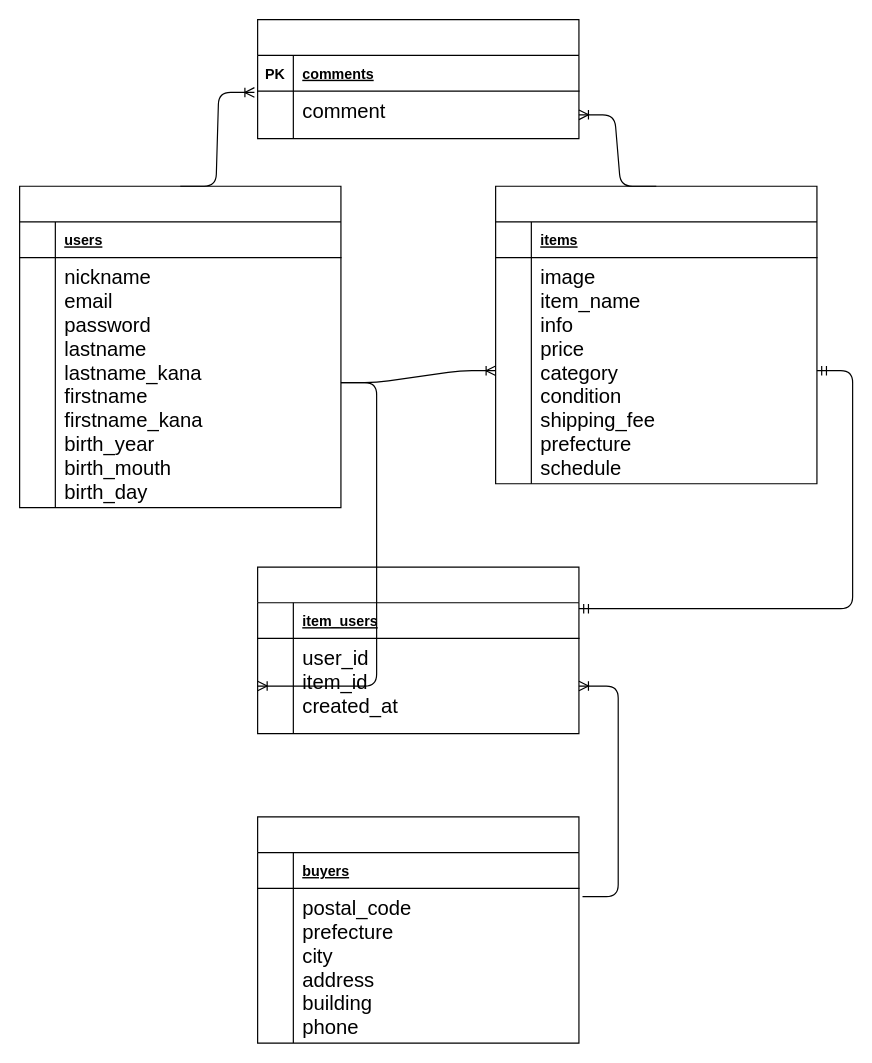
The draw.io diagram furima.dio in IguchiRyo622/furima-31093, before the edit. Source tidied: cells renumbered, new cells numbered last; positions are measured from the earlier drawing's top-left corner, leaving out a move shared by most shapes. Both pictures are drawn from the tidied source at 119%, with x=0, y=0 at pixel (19, 19).
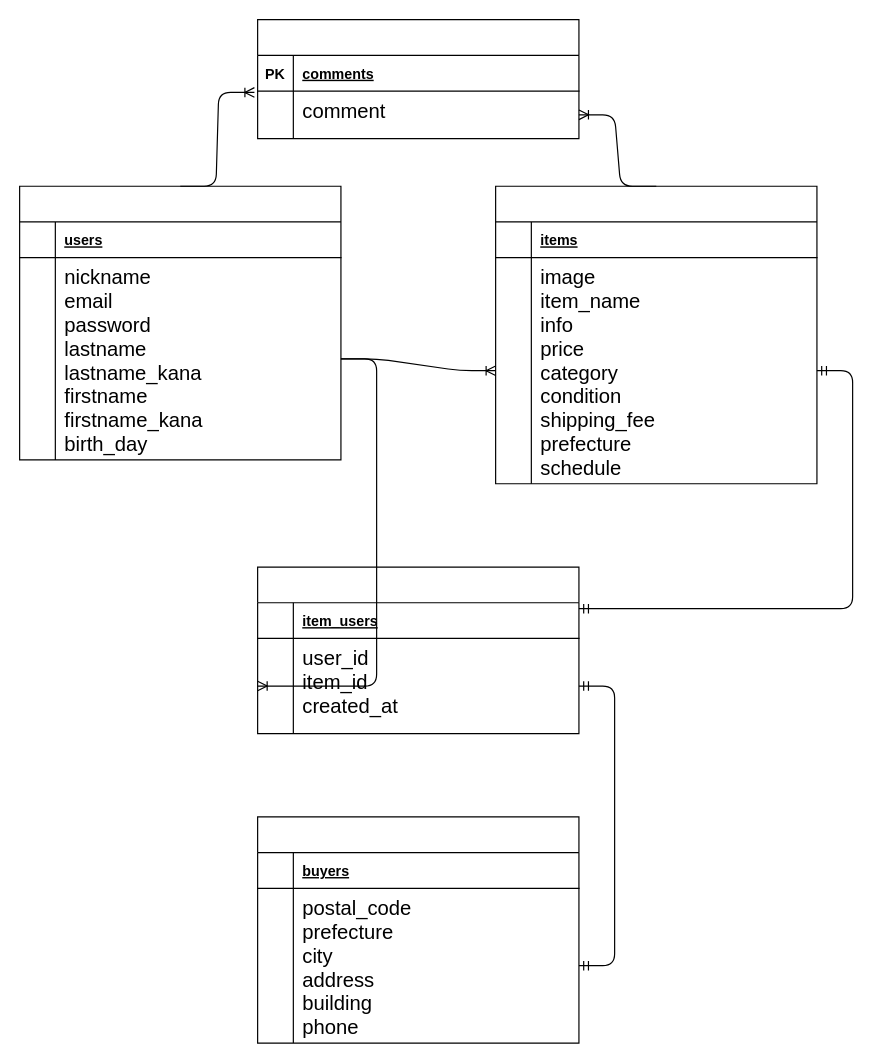
Above is the later version.

Commit message (it also covers changes not shown here):
READMEとER図の修正

Unchanged cells that the change refers to:
```xml
<mxCell id="27" style="shape=partialRectangle;fillColor=none;top=0;left=0;bottom=0;right=0;points=[[0,0.5],[1,0.5]];portConstraint=eastwest;" parent="23" vertex="1">
  <mxGeometry y="60" width="270" height="130" as="geometry" />
</mxCell>
<mxCell id="34" style="shape=partialRectangle;fillColor=none;top=0;left=0;bottom=0;right=0;points=[[0,0.5],[1,0.5]];portConstraint=eastwest;" parent="30" vertex="1">
  <mxGeometry y="60" width="270" height="80" as="geometry" />
</mxCell>
```

Change to the diagram source:
```diff
@@
     <mxCell id="2" style="shape=table;startSize=30;childLayout=tableLayout;rowLines=0;fontStyle=1;align=center;" parent="1" vertex="1">
-      <mxGeometry y="140" width="270" height="270" as="geometry" />
+      <mxGeometry y="140" width="270" height="230" as="geometry" />
     </mxCell>
@@
     <mxCell id="6" style="shape=partialRectangle;fillColor=none;top=0;left=0;bottom=0;right=0;points=[[0,0.5],[1,0.5]];portConstraint=eastwest;" parent="2" vertex="1">
-      <mxGeometry y="60" width="270" height="210" as="geometry" />
+      <mxGeometry y="60" width="270" height="170" as="geometry" />
     </mxCell>
     <mxCell id="7" style="shape=partialRectangle;fillColor=none;top=0;left=0;bottom=0;right=0;overflow=hidden;" parent="6" vertex="1">
-      <mxGeometry width="30" height="210" as="geometry" />
+      <mxGeometry width="30" height="170" as="geometry" />
     </mxCell>
-    <mxCell id="8" value="nickname&#10;email&#10;password&#10;lastname&#10;lastname_kana&#10;firstname&#10;firstname_kana&#10;birth_year&#10;birth_mouth&#10;birth_day&#10;" style="shape=partialRectangle;fillColor=none;top=0;left=0;bottom=0;right=0;align=left;spacingLeft=6;overflow=hidden;verticalAlign=top;fontSize=17;" parent="6" vertex="1">
-      <mxGeometry x="30" width="240" height="210" as="geometry" />
+    <mxCell id="8" value="nickname&#10;email&#10;password&#10;lastname&#10;lastname_kana&#10;firstname&#10;firstname_kana&#10;birth_day" style="shape=partialRectangle;fillColor=none;top=0;left=0;bottom=0;right=0;align=left;spacingLeft=6;overflow=hidden;verticalAlign=top;fontSize=17;" parent="6" vertex="1">
+      <mxGeometry x="30" width="240" height="170" as="geometry" />
     </mxCell>
@@
-    <mxCell id="41" style="edgeStyle=entityRelationEdgeStyle;fontSize=12;html=1;endArrow=ERoneToMany;" parent="1" edge="1" target="34">
-      <mxGeometry relative="1" as="geometry">
-        <mxPoint x="473" y="737" as="sourcePoint" />
-      </mxGeometry>
-    </mxCell>
@@
+    <mxCell id="43" style="edgeStyle=entityRelationEdgeStyle;fontSize=12;html=1;endArrow=ERmandOne;startArrow=ERmandOne;exitX=1;exitY=0.5;exitDx=0;exitDy=0;" parent="1" edge="1" source="27" target="34">
+      <mxGeometry relative="1" as="geometry" />
+    </mxCell>
```
